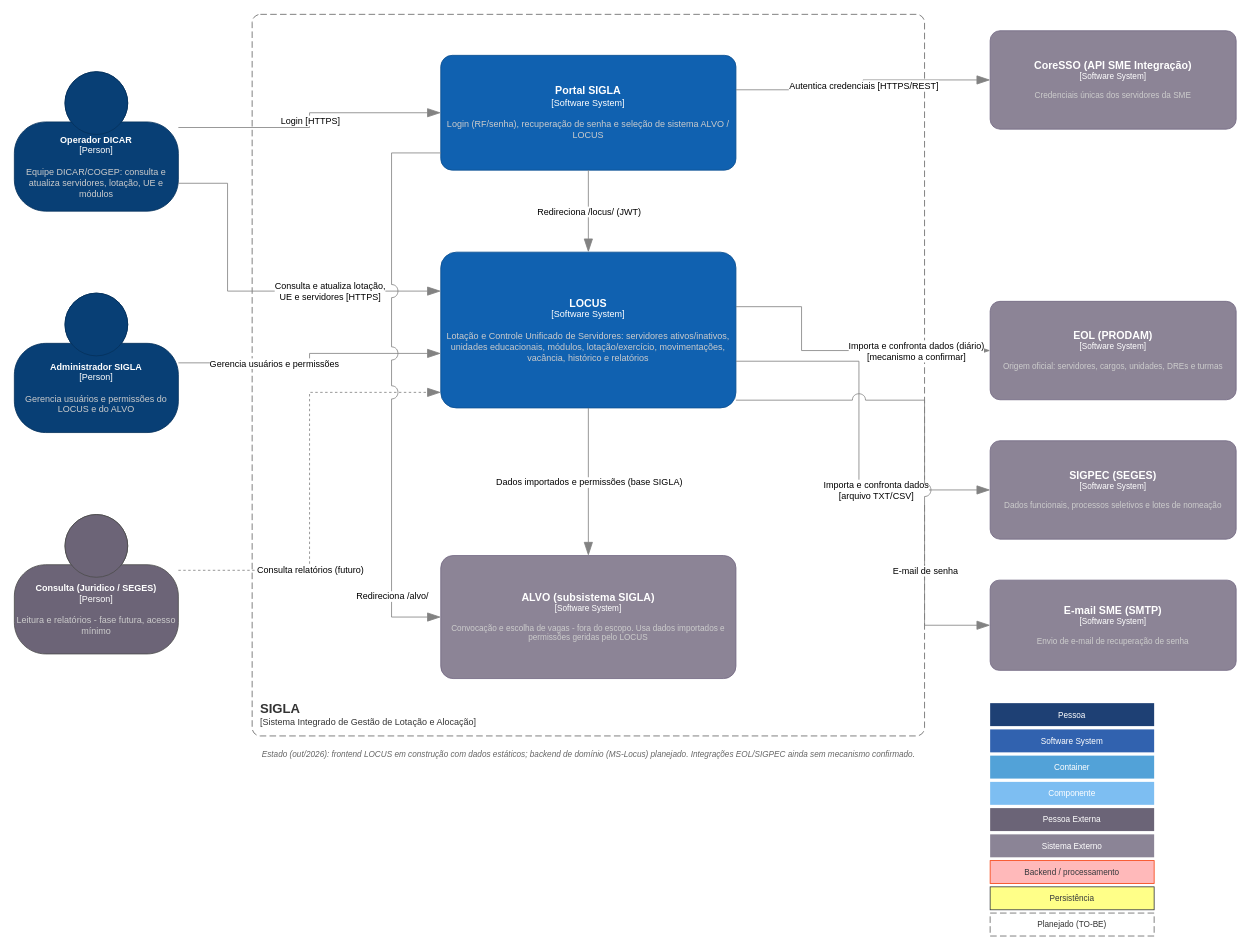
ronaldorobledo1902/SIGLA keeps this draw.io diagram as page "C1 - Contexto LOCUS" (2 of 15) of Locus/diagramas/assets/ARQUITETURA - LOCUS - C4.drawio. Above is the earlier version. Source tidied: cells renumbered, new cells numbered last; positions are measured from the earlier drawing's top-left corner, leaving out a move shared by most shapes. Both pictures are drawn from the tidied source at 82%, with x=0, y=0 at pixel (14, 14).
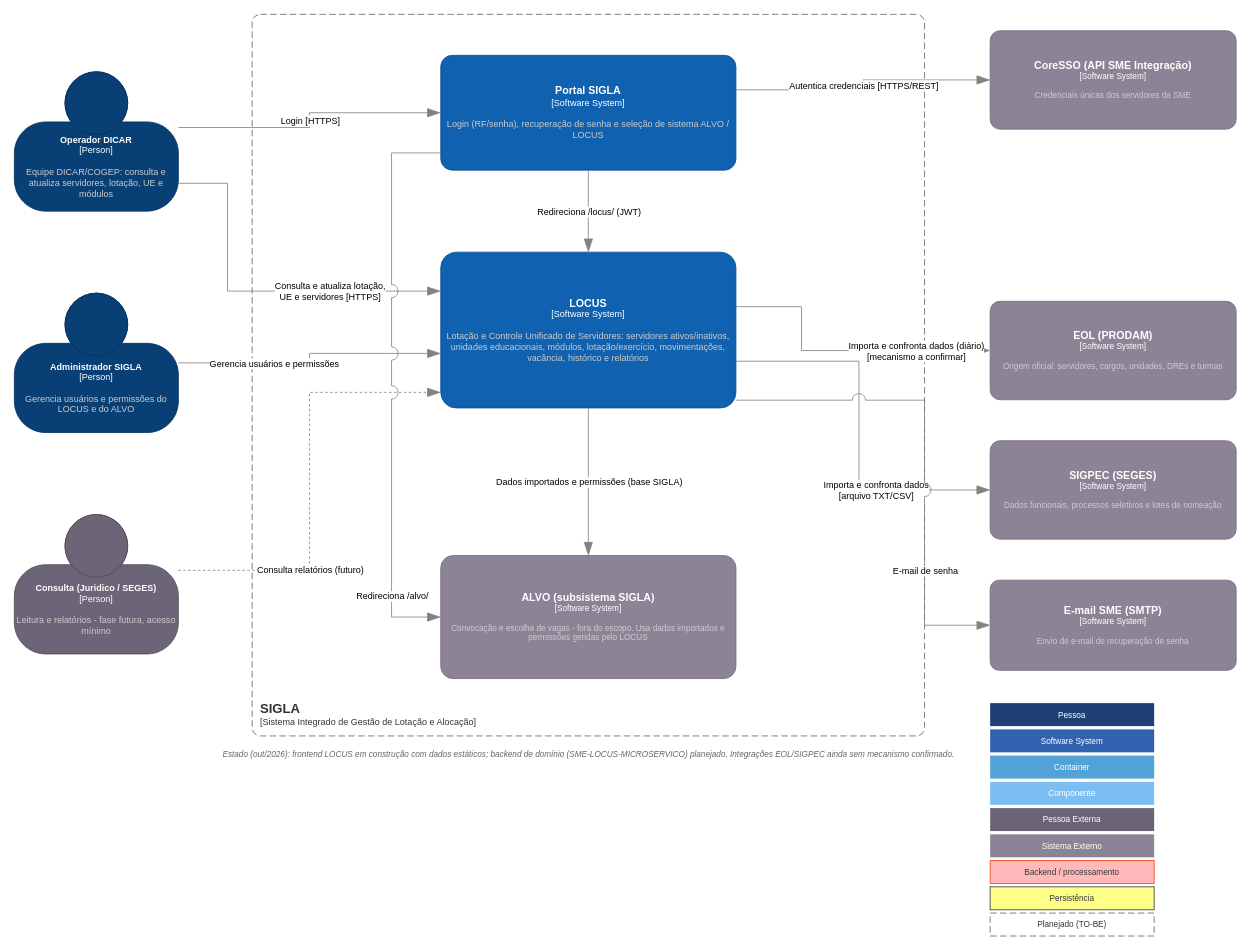
The same diagram, later.

Change to the diagram source:
```diff
@@
-    <mxCell id="35" value="Estado (out/2026): frontend LOCUS em construção com dados estáticos; backend de domínio (MS-Locus) planejado. Integrações EOL/SIGPEC ainda sem mecanismo confirmado." style="text;html=1;strokeColor=none;fillColor=none;align=center;fontSize=10;fontStyle=2;fontColor=#666666;" parent="1" vertex="1">
+    <mxCell id="35" value="Estado (out/2026): frontend LOCUS em construção com dados estáticos; backend de domínio (SME-LOCUS-MICROSERVICO) planejado. Integrações EOL/SIGPEC ainda sem mecanismo confirmado." style="text;html=1;strokeColor=none;fillColor=none;align=center;fontSize=10;fontStyle=2;fontColor=#666666;" parent="1" vertex="1">
       <mxGeometry x="290" y="890" width="820" height="30" as="geometry" />
     </mxCell>
```
